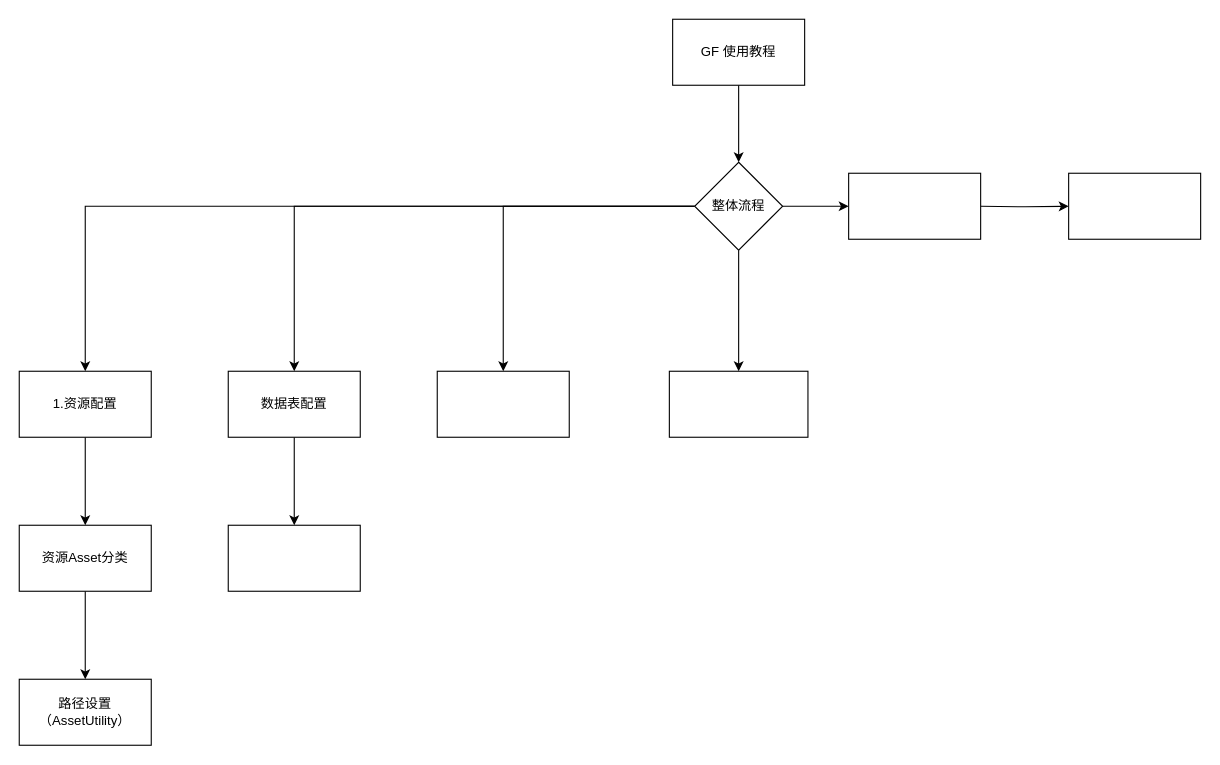
Earlier version of the draw.io diagram GameFramework/GF 使用.drawio (xzp3094997376/DrawIO). Source tidied: cells renumbered, new cells numbered last; positions are measured from the earlier drawing's top-left corner, leaving out a move shared by most shapes. Both pictures are drawn from the tidied source at 110%, with x=0, y=0 at pixel (19, 19).
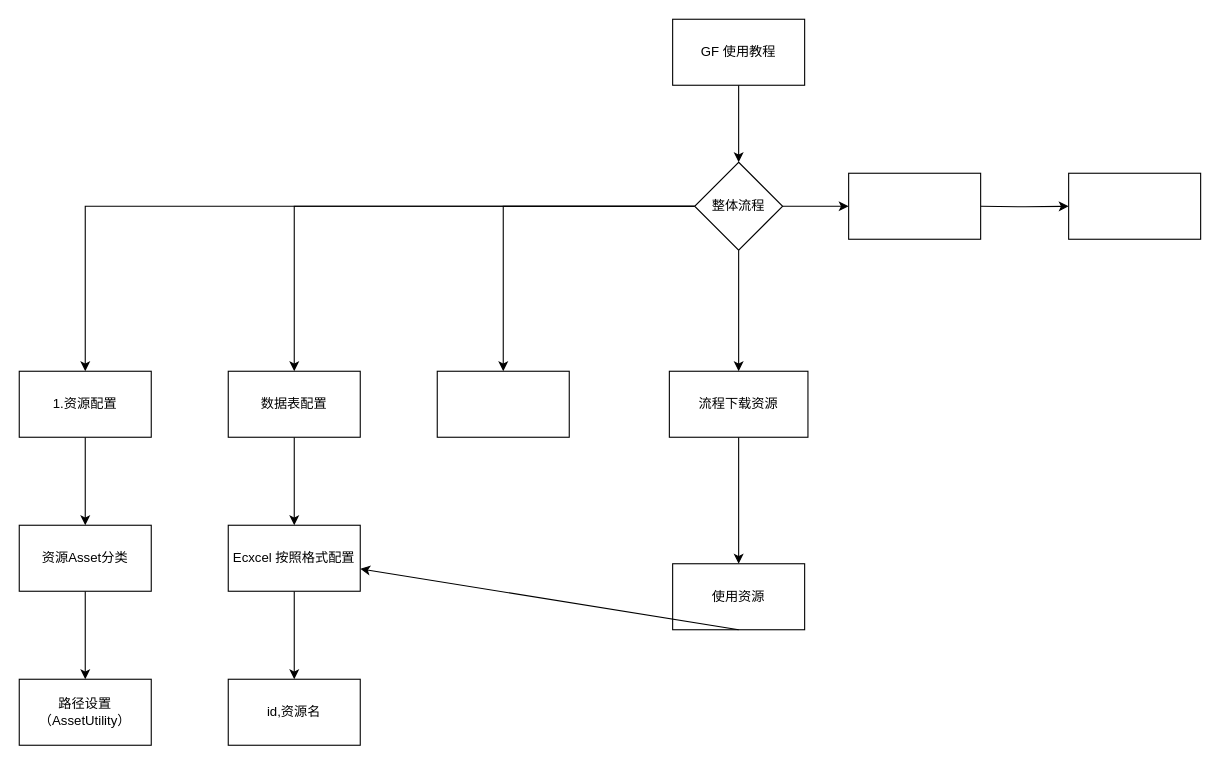
The same diagram, later.

Change to the diagram source:
```diff
@@
+    <mxCell id="23" style="edgeStyle=orthogonalEdgeStyle;rounded=0;jettySize=auto;html=1;fontColor=#2BFF00;" parent="1" edge="1" source="18" target="27">
+      <mxGeometry relative="1" as="geometry" />
+    </mxCell>
-    <mxCell id="18" style="whiteSpace=wrap;html=1;" parent="1" vertex="1">
+    <mxCell id="18" value="Ecxcel 按照格式配置" style="whiteSpace=wrap;html=1;" parent="1" vertex="1">
       <mxGeometry x="190" y="460" width="120" height="60" as="geometry" />
     </mxCell>
@@
+    <mxCell id="24" style="edgeStyle=orthogonalEdgeStyle;rounded=0;jettySize=auto;html=1;fontColor=#2BFF00;" parent="1" edge="1" source="22" target="25">
+      <mxGeometry relative="1" as="geometry" />
+    </mxCell>
-    <mxCell id="22" style="whiteSpace=wrap;html=1;" parent="1" vertex="1">
+    <mxCell id="22" value="流程下载资源&lt;br&gt;" style="whiteSpace=wrap;html=1;" parent="1" vertex="1">
       <mxGeometry x="591" y="320" width="126" height="60" as="geometry" />
     </mxCell>
+    <mxCell id="25" value="使用资源&lt;br&gt;" style="whiteSpace=wrap;html=1;" parent="1" vertex="1">
+      <mxGeometry x="594" y="495" width="120" height="60" as="geometry" />
+    </mxCell>
+    <mxCell id="26" style="endArrow=classic;html=1;rounded=0;fontColor=#2BFF00;exitX=0.5;exitY=1;exitDx=0;exitDy=0;" parent="1" edge="1" source="25" target="18">
+      <mxGeometry relative="1" as="geometry" />
+    </mxCell>
+    <mxCell id="27" value="id,资源名" style="whiteSpace=wrap;html=1;" parent="1" vertex="1">
+      <mxGeometry x="190" y="600" width="120" height="60" as="geometry" />
+    </mxCell>
```
